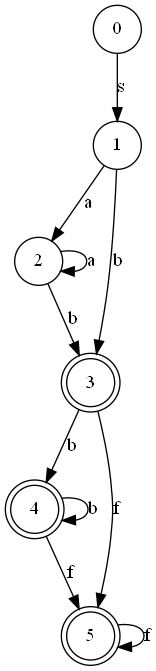
julia-bel/machine_learning_of_patterns keeps this Graphviz diagram as visualization/DFA.gv.png. Above is the earlier version. Its source is kept beside it as visualization/DFA.gv. Source of this version:
```dot
digraph {
	0 [shape=circle]
	0 -> 1 [label=s]
	1 [shape=circle]
	1 -> 2 [label=a]
	1 -> 3 [label=b]
	3 [shape=doublecircle]
	3 -> 4 [label=b]
	3 -> 5 [label=f]
	5 [shape=doublecircle]
	5 -> 5 [label=f]
	4 [shape=doublecircle]
	4 -> 4 [label=b]
	4 -> 5 [label=f]
	2 [shape=circle]
	2 -> 2 [label=a]
	2 -> 3 [label=b]
}
```
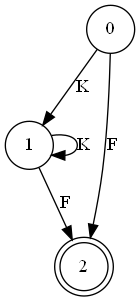
After the change.

Diff of the diagram source:
```diff
@@ -1,18 +1,9 @@
 digraph {
 	0 [shape=circle]
-	0 -> 1 [label=s]
+	0 -> 1 [label=K]
+	0 -> 2 [label=F]
+	2 [shape=doublecircle]
 	1 [shape=circle]
-	1 -> 2 [label=a]
-	1 -> 3 [label=b]
-	3 [shape=doublecircle]
-	3 -> 4 [label=b]
-	3 -> 5 [label=f]
-	5 [shape=doublecircle]
-	5 -> 5 [label=f]
-	4 [shape=doublecircle]
-	4 -> 4 [label=b]
-	4 -> 5 [label=f]
-	2 [shape=circle]
-	2 -> 2 [label=a]
-	2 -> 3 [label=b]
+	1 -> 1 [label=K]
+	1 -> 2 [label=F]
 }
```
